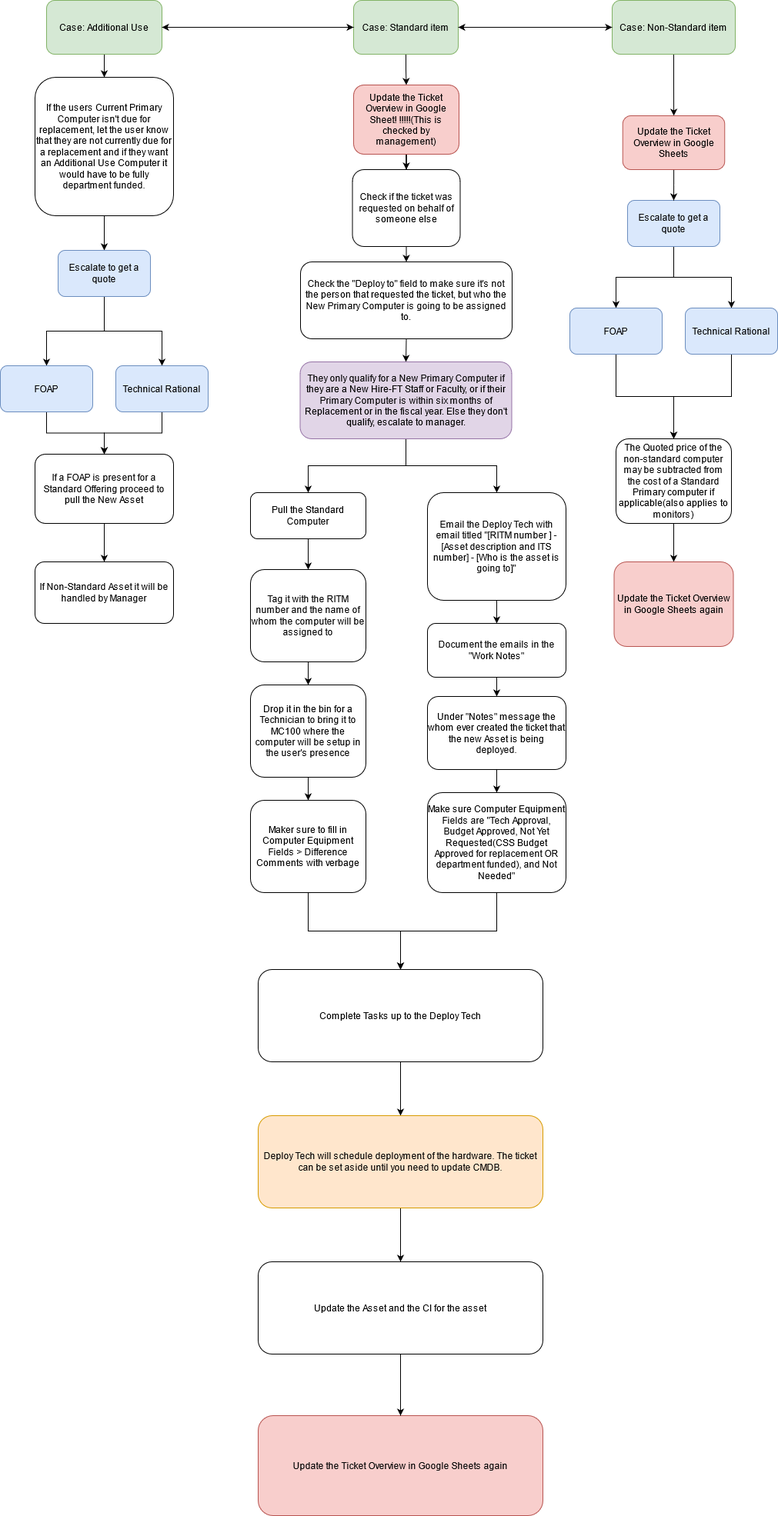
Earlier version of the draw.io export Untitled Diagram.drawio.png (KevinWongCS/USFUSF). Source tidied: cells renumbered, new cells last; positions are measured from the earlier drawing's top-left corner, leaving out a move shared by most shapes.
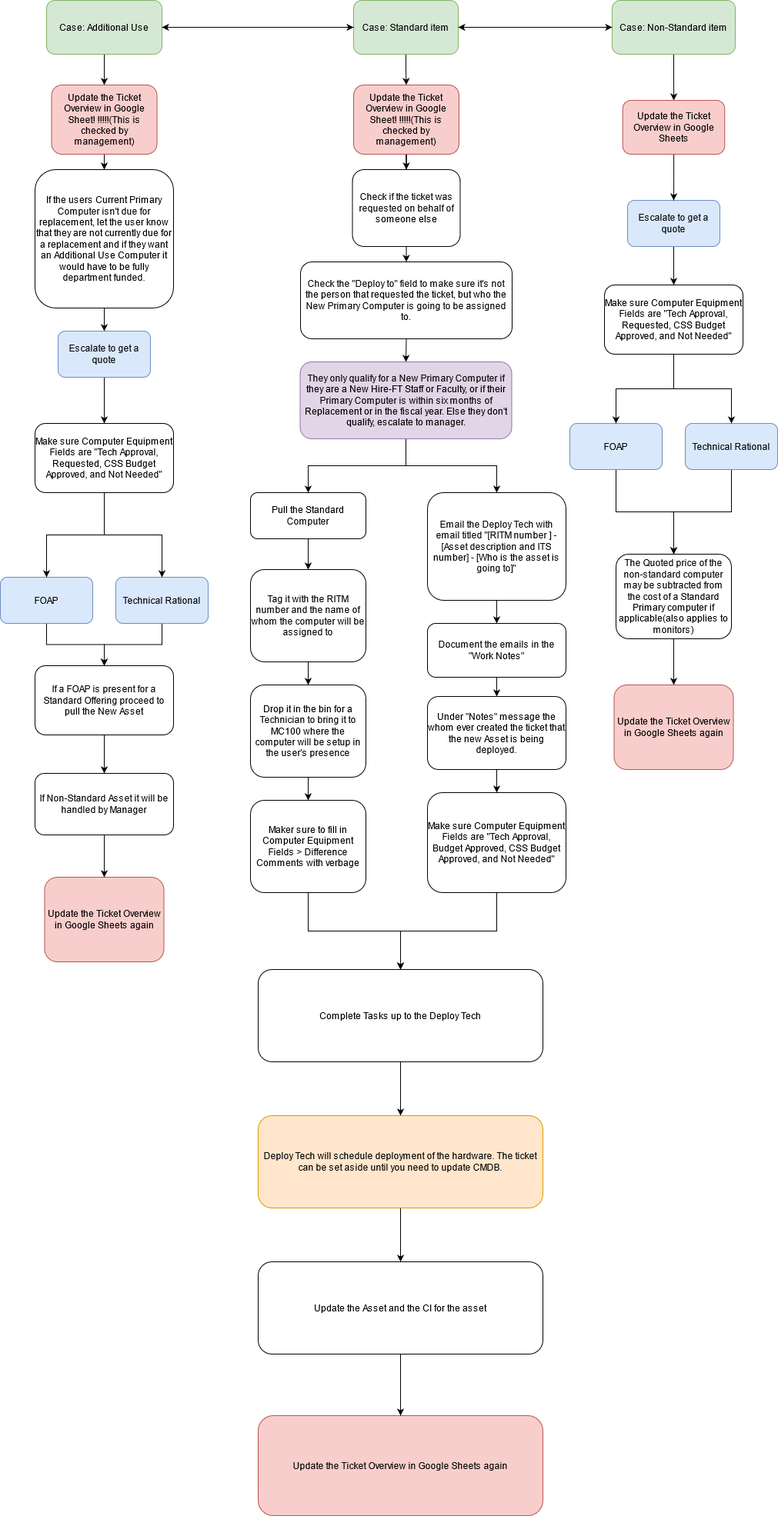
Above is the later version.

Change to the diagram source:
```diff
@@ -40,9 +40,6 @@
     <mxCell id="13" value="Update the Ticket Overview in Google Sheet! !!!!!(This is checked by management)" style="rounded=1;whiteSpace=wrap;html=1;fillColor=#f8cecc;strokeColor=#b85450;" parent="1" vertex="1">
       <mxGeometry x="459" y="110" width="137" height="90" as="geometry" />
     </mxCell>
-    <mxCell id="14" style="edgeStyle=orthogonalEdgeStyle;rounded=0;jettySize=auto;html=1;entryX=0.5;entryY=0;entryDx=0;entryDy=0;startArrow=none;" parent="1" edge="1" source="55" target="21">
-      <mxGeometry relative="1" as="geometry" />
-    </mxCell>
     <mxCell id="15" style="edgeStyle=orthogonalEdgeStyle;rounded=0;jettySize=auto;html=1;entryX=0.5;entryY=0;entryDx=0;entryDy=0;" parent="1" edge="1" source="17" target="9">
       <mxGeometry relative="1" as="geometry" />
     </mxCell>
@@ -62,7 +59,7 @@
       <mxGeometry relative="1" as="geometry" />
     </mxCell>
     <mxCell id="21" value="If the users Current Primary Computer isn't due for replacement, let the user know that they are not currently due for a replacement and if they want an Additional Use Computer it would have to be fully department funded." style="rounded=1;whiteSpace=wrap;html=1;" parent="1" vertex="1">
-      <mxGeometry x="45" y="100" width="180" height="180" as="geometry" />
+      <mxGeometry x="45" y="220" width="180" height="180" as="geometry" />
     </mxCell>
     <mxCell id="22" style="edgeStyle=orthogonalEdgeStyle;rounded=0;jettySize=auto;html=1;" parent="1" edge="1" source="23" target="25">
       <mxGeometry relative="1" as="geometry" />
@@ -76,12 +73,9 @@
     <mxCell id="25" value="Document the emails in the &quot;Work Notes&quot; " style="rounded=1;whiteSpace=wrap;html=1;" parent="1" vertex="1">
       <mxGeometry x="555" y="810" width="180" height="70" as="geometry" />
     </mxCell>
-    <mxCell id="26" style="edgeStyle=orthogonalEdgeStyle;rounded=0;jettySize=auto;html=1;exitX=0.5;exitY=1;exitDx=0;exitDy=0;entryX=0.5;entryY=0;entryDx=0;entryDy=0;" parent="1" edge="1" source="28" target="30">
-      <mxGeometry relative="1" as="geometry" />
-    </mxCell>
-    <mxCell id="27" style="edgeStyle=orthogonalEdgeStyle;rounded=0;jettySize=auto;html=1;entryX=0.5;entryY=0;entryDx=0;entryDy=0;" parent="1" edge="1" source="28" target="32">
-      <mxGeometry relative="1" as="geometry" />
-    </mxCell>
+    <mxCell id="66" style="edgeStyle=orthogonalEdgeStyle;rounded=0;jettySize=auto;html=1;" parent="1" edge="1" source="28" target="74">
+      <mxGeometry relative="1" as="geometry" />
+    </mxCell>
     <mxCell id="28" value="Escalate to get a quote" style="rounded=1;whiteSpace=wrap;html=1;fillColor=#dae8fc;strokeColor=#6c8ebf;" parent="1" vertex="1">
       <mxGeometry x="815" y="260" width="120" height="60" as="geometry" />
     </mxCell>
@@ -89,19 +83,19 @@
       <mxGeometry relative="1" as="geometry" />
     </mxCell>
     <mxCell id="30" value="FOAP" style="rounded=1;whiteSpace=wrap;html=1;fillColor=#dae8fc;strokeColor=#6c8ebf;" parent="1" vertex="1">
-      <mxGeometry x="740" y="400" width="120" height="60" as="geometry" />
+      <mxGeometry x="740" y="550" width="120" height="60" as="geometry" />
     </mxCell>
     <mxCell id="31" style="edgeStyle=orthogonalEdgeStyle;rounded=0;jettySize=auto;html=1;entryX=0.5;entryY=0;entryDx=0;entryDy=0;" parent="1" edge="1" source="32" target="34">
       <mxGeometry relative="1" as="geometry" />
     </mxCell>
     <mxCell id="32" value="Technical Rational" style="rounded=1;whiteSpace=wrap;html=1;fillColor=#dae8fc;strokeColor=#6c8ebf;" parent="1" vertex="1">
-      <mxGeometry x="890" y="400" width="120" height="60" as="geometry" />
+      <mxGeometry x="890" y="550" width="120" height="60" as="geometry" />
     </mxCell>
     <mxCell id="33" style="edgeStyle=orthogonalEdgeStyle;rounded=0;jettySize=auto;html=1;" parent="1" edge="1" source="34" target="51">
       <mxGeometry relative="1" as="geometry" />
     </mxCell>
     <mxCell id="34" value="The Quoted price of the non-standard computer may be subtracted from the cost of a Standard Primary computer if applicable(also applies to monitors)" style="rounded=1;whiteSpace=wrap;html=1;" parent="1" vertex="1">
-      <mxGeometry x="800" y="570" width="150" height="110" as="geometry" />
+      <mxGeometry x="800" y="720" width="150" height="110" as="geometry" />
     </mxCell>
     <mxCell id="35" style="edgeStyle=orthogonalEdgeStyle;rounded=0;jettySize=auto;html=1;" parent="1" edge="1" source="36" target="50">
       <mxGeometry relative="1" as="geometry" />
@@ -119,10 +113,13 @@
       <mxGeometry relative="1" as="geometry" />
     </mxCell>
     <mxCell id="40" value="If a FOAP is present for a Standard Offering proceed to pull the New Asset " style="rounded=1;whiteSpace=wrap;html=1;" parent="1" vertex="1">
-      <mxGeometry x="45" y="590" width="180" height="90" as="geometry" />
+      <mxGeometry x="45" y="865" width="180" height="90" as="geometry" />
     </mxCell>
+    <mxCell id="67" style="edgeStyle=orthogonalEdgeStyle;rounded=0;jettySize=auto;html=1;" parent="1" edge="1" source="41" target="76">
+      <mxGeometry relative="1" as="geometry" />
+    </mxCell>
     <mxCell id="41" value="If Non-Standard Asset it will be handled by Manager" style="rounded=1;whiteSpace=wrap;html=1;" parent="1" vertex="1">
-      <mxGeometry x="45" y="730" width="180" height="80" as="geometry" />
+      <mxGeometry x="45" y="1005" width="180" height="80" as="geometry" />
     </mxCell>
     <mxCell id="42" style="edgeStyle=orthogonalEdgeStyle;rounded=0;jettySize=auto;html=1;" parent="1" edge="1" source="43" target="58">
       <mxGeometry relative="1" as="geometry" />
@@ -139,7 +136,7 @@
     <mxCell id="46" style="edgeStyle=orthogonalEdgeStyle;rounded=0;jettySize=auto;html=1;" parent="1" edge="1" source="47" target="43">
       <mxGeometry relative="1" as="geometry" />
     </mxCell>
-    <mxCell id="47" value="Make sure Computer Equipment Fields are &quot;Tech Approval, Budget Approved, Not Yet Requested(CSS Budget Approved for replacement OR department funded), and Not Needed&quot;" style="rounded=1;whiteSpace=wrap;html=1;" parent="1" vertex="1">
+    <mxCell id="47" value="&lt;div&gt;Make sure Computer Equipment Fields are &quot;Tech Approval, Budget Approved, CSS Budget Approved, and Not Needed&quot;&lt;/div&gt;" style="rounded=1;whiteSpace=wrap;html=1;" parent="1" vertex="1">
       <mxGeometry x="555" y="1030" width="180" height="130" as="geometry" />
     </mxCell>
     <mxCell id="48" value="Update the Ticket Overview in Google Sheets again" style="rounded=1;whiteSpace=wrap;html=1;fillColor=#f8cecc;strokeColor=#b85450;" parent="1" vertex="1">
@@ -149,10 +146,10 @@
       <mxGeometry relative="1" as="geometry" />
     </mxCell>
     <mxCell id="50" value="Update the Ticket Overview in Google Sheets " style="rounded=1;whiteSpace=wrap;html=1;fillColor=#f8cecc;strokeColor=#b85450;" parent="1" vertex="1">
-      <mxGeometry x="808.8" y="150" width="132.5" height="70" as="geometry" />
+      <mxGeometry x="808.8" y="130" width="132.5" height="70" as="geometry" />
     </mxCell>
     <mxCell id="51" value="Update the Ticket Overview in Google Sheets again" style="rounded=1;whiteSpace=wrap;html=1;fillColor=#f8cecc;strokeColor=#b85450;" parent="1" vertex="1">
-      <mxGeometry x="797.5" y="730" width="155" height="110" as="geometry" />
+      <mxGeometry x="797.5" y="890" width="155" height="110" as="geometry" />
     </mxCell>
     <mxCell id="52" style="edgeStyle=orthogonalEdgeStyle;rounded=0;jettySize=auto;html=1;" parent="1" edge="1" source="53" target="48">
       <mxGeometry relative="1" as="geometry" />
@@ -163,6 +160,9 @@
     <mxCell id="54" style="endArrow=classic;startArrow=classic;html=1;rounded=0;entryX=0;entryY=0.5;entryDx=0;entryDy=0;exitX=1;exitY=0.5;exitDx=0;exitDy=0;" parent="1" edge="1" source="3" target="36">
       <mxGeometry relative="1" as="geometry" />
     </mxCell>
+    <mxCell id="68" style="edgeStyle=orthogonalEdgeStyle;rounded=0;jettySize=auto;html=1;" parent="1" edge="1" source="55" target="78">
+      <mxGeometry relative="1" as="geometry" />
+    </mxCell>
     <mxCell id="55" value="Case: Additional Use" style="rounded=1;whiteSpace=wrap;html=1;fillColor=#d5e8d4;strokeColor=#82b366;" parent="1" vertex="1">
       <mxGeometry x="60" width="150" height="70" as="geometry" />
     </mxCell>
@@ -175,26 +175,50 @@
     <mxCell id="58" value="Deploy Tech will schedule deployment of the hardware. The ticket can be set aside until you need to update CMDB." style="rounded=1;whiteSpace=wrap;html=1;fillColor=#ffe6cc;strokeColor=#d79b00;" parent="1" vertex="1">
       <mxGeometry x="335" y="1450" width="370" height="120" as="geometry" />
     </mxCell>
-    <mxCell id="59" style="edgeStyle=orthogonalEdgeStyle;rounded=0;jettySize=auto;html=1;exitX=0.5;exitY=1;exitDx=0;exitDy=0;entryX=0.5;entryY=0;entryDx=0;entryDy=0;" parent="1" edge="1" source="61" target="63">
-      <mxGeometry relative="1" as="geometry" />
-    </mxCell>
-    <mxCell id="60" style="edgeStyle=orthogonalEdgeStyle;rounded=0;jettySize=auto;html=1;entryX=0.5;entryY=0;entryDx=0;entryDy=0;" parent="1" edge="1" source="61" target="65">
-      <mxGeometry relative="1" as="geometry" />
-    </mxCell>
-    <mxCell id="61" value="Escalate to get a quote" style="rounded=1;whiteSpace=wrap;html=1;fillColor=#dae8fc;strokeColor=#6c8ebf;" parent="1" vertex="1">
-      <mxGeometry x="75" y="325" width="120" height="60" as="geometry" />
-    </mxCell>
     <mxCell id="62" style="edgeStyle=orthogonalEdgeStyle;rounded=0;jettySize=auto;html=1;" parent="1" edge="1" source="63" target="40">
       <mxGeometry relative="1" as="geometry" />
     </mxCell>
     <mxCell id="63" value="FOAP" style="rounded=1;whiteSpace=wrap;html=1;fillColor=#dae8fc;strokeColor=#6c8ebf;" parent="1" vertex="1">
-      <mxGeometry y="475" width="120" height="60" as="geometry" />
+      <mxGeometry y="750" width="120" height="60" as="geometry" />
     </mxCell>
     <mxCell id="64" style="edgeStyle=orthogonalEdgeStyle;rounded=0;jettySize=auto;html=1;" parent="1" edge="1" source="65" target="40">
       <mxGeometry relative="1" as="geometry" />
     </mxCell>
     <mxCell id="65" value="Technical Rational" style="rounded=1;whiteSpace=wrap;html=1;fillColor=#dae8fc;strokeColor=#6c8ebf;" parent="1" vertex="1">
-      <mxGeometry x="150" y="475" width="120" height="60" as="geometry" />
+      <mxGeometry x="150" y="750" width="120" height="60" as="geometry" />
     </mxCell>
+    <mxCell id="69" style="edgeStyle=orthogonalEdgeStyle;rounded=0;jettySize=auto;html=1;entryX=0.5;entryY=0;entryDx=0;entryDy=0;" parent="1" edge="1" source="71" target="63">
+      <mxGeometry relative="1" as="geometry" />
+    </mxCell>
+    <mxCell id="70" style="edgeStyle=orthogonalEdgeStyle;rounded=0;jettySize=auto;html=1;" parent="1" edge="1" source="71" target="65">
+      <mxGeometry relative="1" as="geometry" />
+    </mxCell>
+    <mxCell id="71" value="&lt;br&gt;&lt;div&gt;Make sure Computer Equipment Fields are &quot;Tech Approval, Requested, CSS Budget Approved, and Not Needed&quot;&lt;/div&gt;&lt;br&gt;" style="rounded=1;whiteSpace=wrap;html=1;" parent="1" vertex="1">
+      <mxGeometry x="45" y="550" width="180" height="90" as="geometry" />
+    </mxCell>
+    <mxCell id="72" style="edgeStyle=orthogonalEdgeStyle;rounded=0;jettySize=auto;html=1;" parent="1" edge="1" source="74" target="32">
+      <mxGeometry relative="1" as="geometry" />
+    </mxCell>
+    <mxCell id="73" style="edgeStyle=orthogonalEdgeStyle;rounded=0;jettySize=auto;html=1;entryX=0.5;entryY=0;entryDx=0;entryDy=0;" parent="1" edge="1" source="74" target="30">
+      <mxGeometry relative="1" as="geometry" />
+    </mxCell>
+    <mxCell id="74" value="&lt;br&gt;&lt;div&gt;Make sure Computer Equipment Fields are &quot;Tech Approval, Requested, CSS Budget Approved, and Not Needed&quot;&lt;/div&gt;&lt;br&gt;" style="rounded=1;whiteSpace=wrap;html=1;" parent="1" vertex="1">
+      <mxGeometry x="785" y="370" width="180" height="90" as="geometry" />
+    </mxCell>
+    <mxCell id="75" style="edgeStyle=orthogonalEdgeStyle;rounded=0;jettySize=auto;html=1;" parent="1" edge="1" source="61" target="71">
+      <mxGeometry relative="1" as="geometry" />
+    </mxCell>
+    <mxCell id="61" value="Escalate to get a quote" style="rounded=1;whiteSpace=wrap;html=1;fillColor=#dae8fc;strokeColor=#6c8ebf;" parent="1" vertex="1">
+      <mxGeometry x="75" y="430" width="120" height="60" as="geometry" />
+    </mxCell>
+    <mxCell id="76" value="Update the Ticket Overview in Google Sheets again" style="rounded=1;whiteSpace=wrap;html=1;fillColor=#f8cecc;strokeColor=#b85450;" parent="1" vertex="1">
+      <mxGeometry x="57.5" y="1140" width="155" height="110" as="geometry" />
+    </mxCell>
+    <mxCell id="77" style="edgeStyle=orthogonalEdgeStyle;rounded=0;jettySize=auto;html=1;" parent="1" edge="1" source="78" target="21">
+      <mxGeometry relative="1" as="geometry" />
+    </mxCell>
+    <mxCell id="78" value="Update the Ticket Overview in Google Sheet! !!!!!(This is checked by management)" style="rounded=1;whiteSpace=wrap;html=1;fillColor=#f8cecc;strokeColor=#b85450;" parent="1" vertex="1">
+      <mxGeometry x="66.5" y="110" width="137" height="90" as="geometry" />
+    </mxCell>
   </root>
 </mxGraphModel>
```
